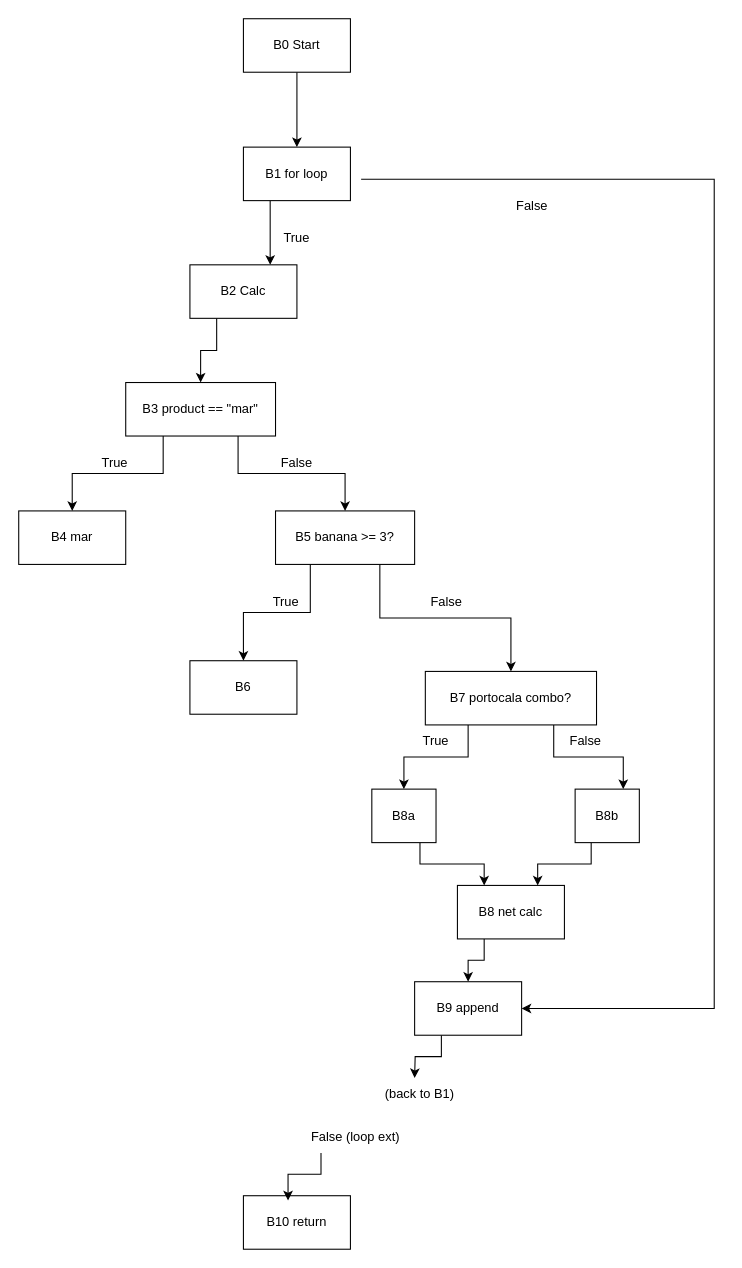
This is diagrams/CFG_calcul.drawio from Watergirll/Python-Unit-Testing, a draw.io file, before an edit. Source tidied: cells renumbered, new cells numbered last; positions are measured from the earlier drawing's top-left corner, leaving out a move shared by most shapes. Both pictures are drawn from the tidied source at 107%, with x=0, y=0 at pixel (18, 18).
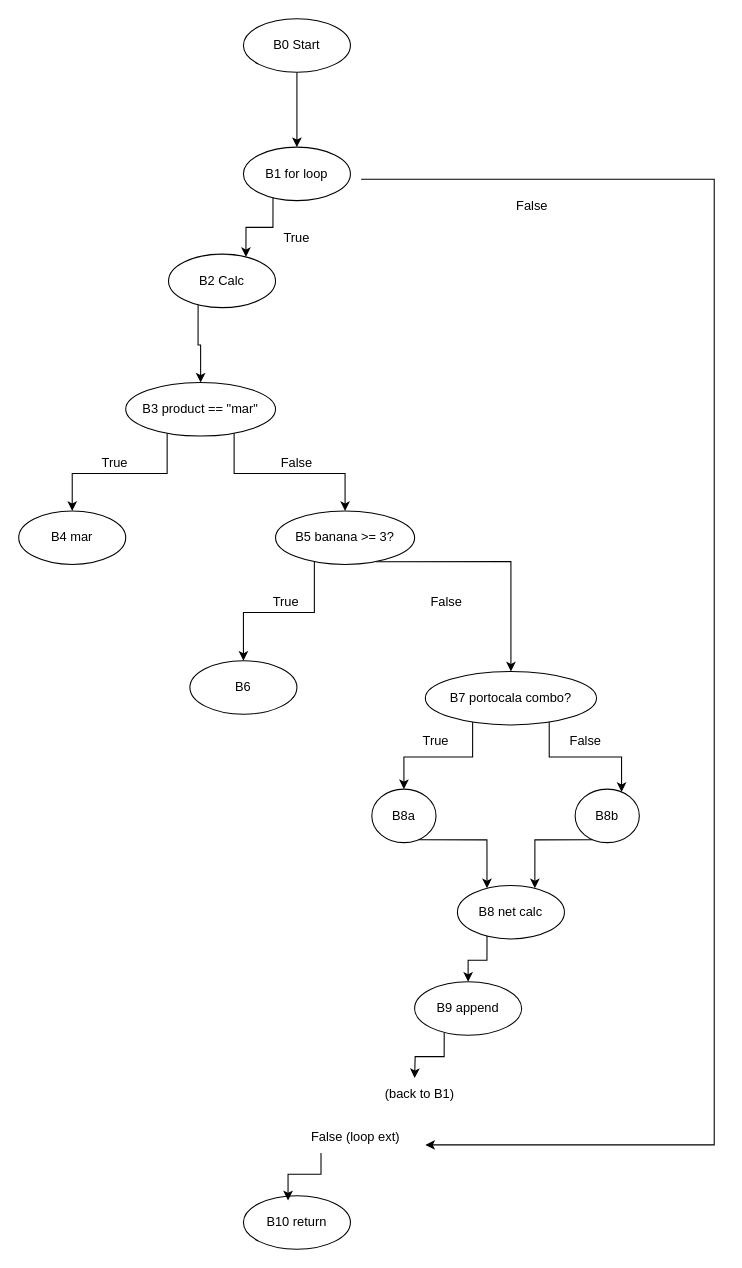
After the change.

Commit message (it also covers changes not shown here):
Added white-box diagrams

Unchanged cells that the change refers to:
```xml
<mxCell id="38" value="False (loop ext)" style="text;html=1;whiteSpace=wrap;strokeColor=none;fillColor=none;align=center;verticalAlign=middle;rounded=0;" parent="1" vertex="1">
  <mxGeometry x="250" y="1030" width="130" height="30" as="geometry" />
</mxCell>
```

Change to the diagram source:
```diff
@@
-    <mxCell id="3" value="B0 Start" style="rounded=0;whiteSpace=wrap;html=1;" parent="1" vertex="1">
+    <mxCell id="3" value="B0 Start" style="ellipse;whiteSpace=wrap;html=1;" parent="1" vertex="1">
       <mxGeometry x="210" width="100" height="50" as="geometry" />
     </mxCell>
@@
-    <mxCell id="5" style="edgeStyle=orthogonalEdgeStyle;rounded=0;jettySize=auto;html=1;entryX=1;entryY=0.5;entryDx=0;entryDy=0;" parent="1" edge="1" target="25">
+    <mxCell id="5" style="edgeStyle=orthogonalEdgeStyle;rounded=0;jettySize=auto;html=1;entryX=1;entryY=0.75;entryDx=0;entryDy=0;" parent="1" edge="1" target="38">
       <mxGeometry relative="1" as="geometry">
         <mxPoint x="320" y="150" as="sourcePoint" />
         <Array as="points">
           <mxPoint x="650" y="150" />
-          <mxPoint x="650" y="925" />
+          <mxPoint x="650" y="1053" />
         </Array>
       </mxGeometry>
     </mxCell>
-    <mxCell id="6" value="B1 for loop" style="rounded=0;whiteSpace=wrap;html=1;" parent="1" vertex="1">
+    <mxCell id="6" value="B1 for loop" style="ellipse;whiteSpace=wrap;html=1;" parent="1" vertex="1">
       <mxGeometry x="210" y="120" width="100" height="50" as="geometry" />
     </mxCell>
@@
-    <mxCell id="8" value="B2 Calc" style="rounded=0;whiteSpace=wrap;html=1;" parent="1" vertex="1">
-      <mxGeometry x="160" y="230" width="100" height="50" as="geometry" />
+    <mxCell id="8" value="B2 Calc" style="ellipse;whiteSpace=wrap;html=1;" parent="1" vertex="1">
+      <mxGeometry x="140" y="220" width="100" height="50" as="geometry" />
     </mxCell>
@@
-    <mxCell id="11" value="B3 product == &quot;mar&quot;" style="rounded=0;whiteSpace=wrap;html=1;" parent="1" vertex="1">
+    <mxCell id="11" value="B3 product == &quot;mar&quot;" style="ellipse;whiteSpace=wrap;html=1;" parent="1" vertex="1">
       <mxGeometry x="100" y="340" width="140" height="50" as="geometry" />
     </mxCell>
-    <mxCell id="12" value="B4 mar" style="rounded=0;whiteSpace=wrap;html=1;" parent="1" vertex="1">
+    <mxCell id="12" value="B4 mar" style="ellipse;whiteSpace=wrap;html=1;" parent="1" vertex="1">
       <mxGeometry y="460" width="100" height="50" as="geometry" />
     </mxCell>
@@
-    <mxCell id="15" value="B5 banana &amp;gt;= 3?" style="rounded=0;whiteSpace=wrap;html=1;" parent="1" vertex="1">
+    <mxCell id="15" value="B5 banana &amp;gt;= 3?" style="ellipse;whiteSpace=wrap;html=1;" parent="1" vertex="1">
       <mxGeometry x="240" y="460" width="130" height="50" as="geometry" />
     </mxCell>
-    <mxCell id="16" value="B6" style="rounded=0;whiteSpace=wrap;html=1;" parent="1" vertex="1">
+    <mxCell id="16" value="B6" style="ellipse;whiteSpace=wrap;html=1;" parent="1" vertex="1">
       <mxGeometry x="160" y="600" width="100" height="50" as="geometry" />
     </mxCell>
@@
-    <mxCell id="19" value="B7 portocala combo?" style="rounded=0;whiteSpace=wrap;html=1;" parent="1" vertex="1">
+    <mxCell id="19" value="B7 portocala combo?" style="ellipse;whiteSpace=wrap;html=1;" parent="1" vertex="1">
       <mxGeometry x="380" y="610" width="160" height="50" as="geometry" />
     </mxCell>
@@
-    <mxCell id="21" value="B8a" style="rounded=0;whiteSpace=wrap;html=1;" parent="1" vertex="1">
+    <mxCell id="21" value="B8a" style="ellipse;whiteSpace=wrap;html=1;" parent="1" vertex="1">
       <mxGeometry x="330" y="720" width="60" height="50" as="geometry" />
     </mxCell>
@@
-    <mxCell id="23" value="B8 net calc" style="rounded=0;whiteSpace=wrap;html=1;" parent="1" vertex="1">
+    <mxCell id="23" value="B8 net calc" style="ellipse;whiteSpace=wrap;html=1;" parent="1" vertex="1">
       <mxGeometry x="410" y="810" width="100" height="50" as="geometry" />
     </mxCell>
@@
-    <mxCell id="25" value="B9 append" style="rounded=0;whiteSpace=wrap;html=1;" parent="1" vertex="1">
+    <mxCell id="25" value="B9 append" style="ellipse;whiteSpace=wrap;html=1;" parent="1" vertex="1">
       <mxGeometry x="370" y="900" width="100" height="50" as="geometry" />
     </mxCell>
-    <mxCell id="26" value="B10 return" style="rounded=0;whiteSpace=wrap;html=1;" parent="1" vertex="1">
+    <mxCell id="26" value="B10 return" style="ellipse;whiteSpace=wrap;html=1;" parent="1" vertex="1">
       <mxGeometry x="210" y="1100" width="100" height="50" as="geometry" />
     </mxCell>
@@
-    <mxCell id="28" value="B8b" style="rounded=0;whiteSpace=wrap;html=1;" parent="1" vertex="1">
+    <mxCell id="28" value="B8b" style="ellipse;whiteSpace=wrap;html=1;" parent="1" vertex="1">
       <mxGeometry x="520" y="720" width="60" height="50" as="geometry" />
     </mxCell>
```
